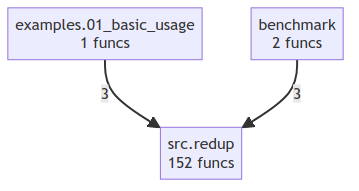
semcod/redup keeps this Mermaid diagram as project/compact_flow.png. Above is the earlier version. Its source is kept beside it as project/compact_flow.mmd.
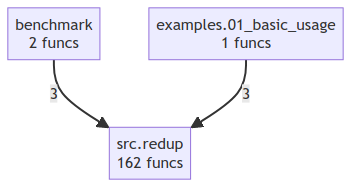
After the commit.

Diff of the diagram source:
```diff
@@ -1,6 +1,6 @@
 flowchart TD
     benchmark["benchmark<br/>2 funcs"]
     examples_01_basic_usage["examples.01_basic_usage<br/>1 funcs"]
-    src_redup["src.redup<br/>152 funcs"]
+    src_redup["src.redup<br/>162 funcs"]
+    benchmark -->|3| src_redup
     examples_01_basic_usage -->|3| src_redup
-    benchmark -->|3| src_redup
```
